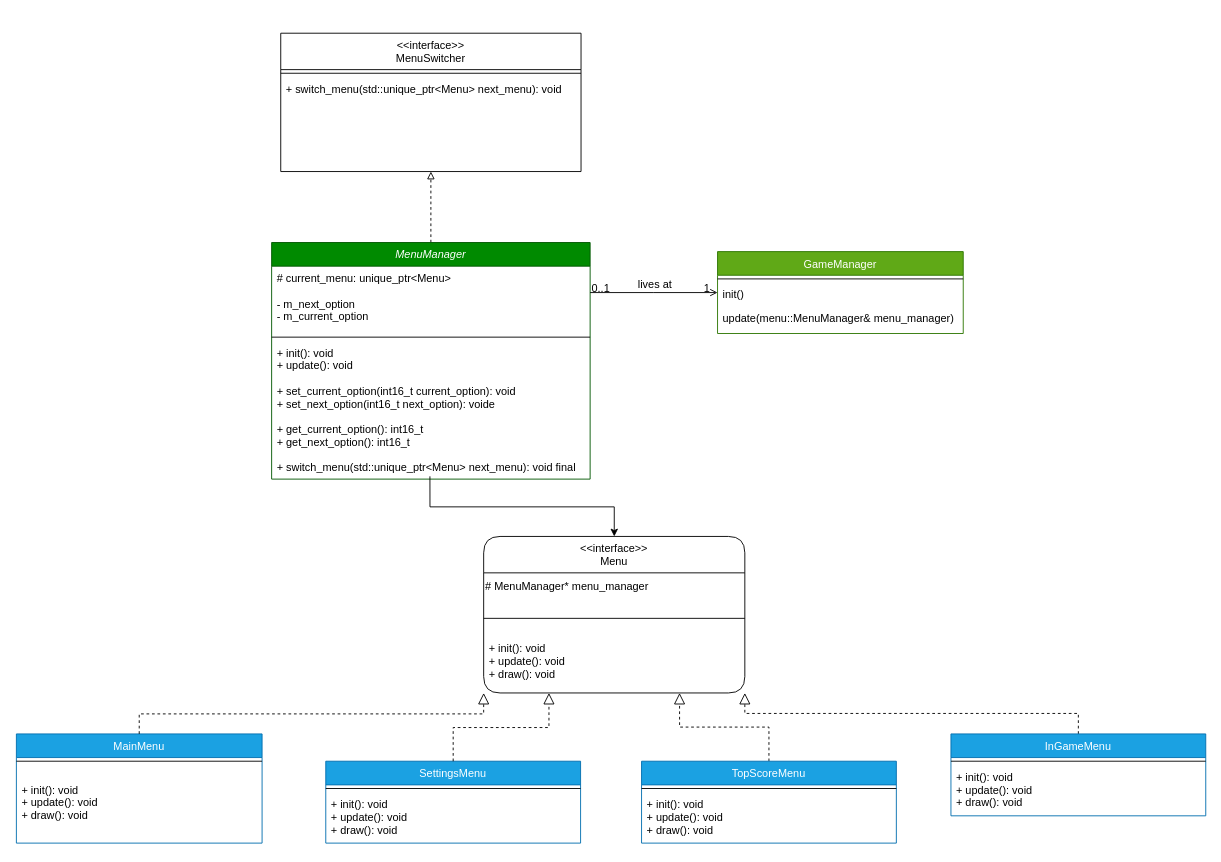
The draw.io diagram docs/umlDocs/class_diagrams/Menu_Manager.drawio in JodyLS27/space-invaders, before the edit. Source tidied: cells renumbered, new cells numbered last; positions are measured from the earlier drawing's top-left corner, leaving out a move shared by most shapes. Both pictures are drawn from the tidied source at 91%, with x=0, y=0 at pixel (16, 33).
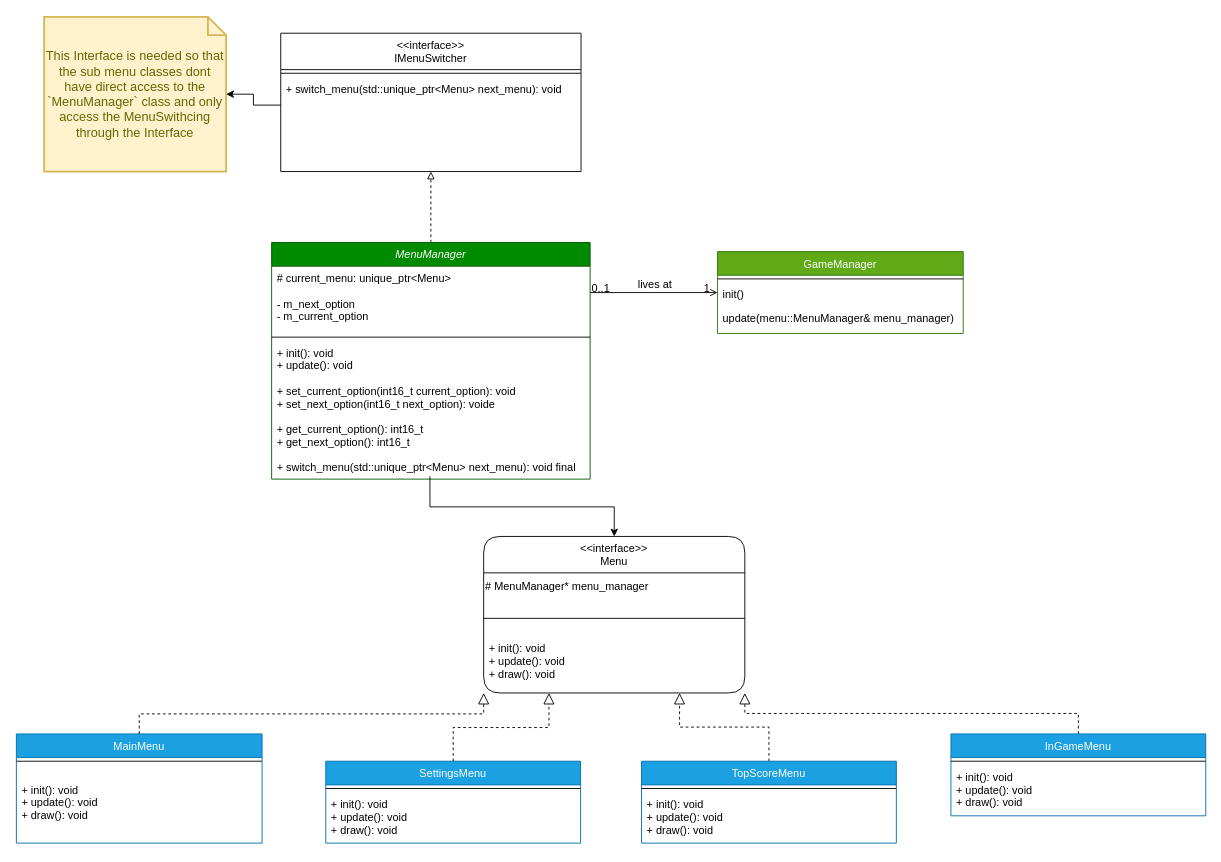
Above is the later version.

Commit message (it also covers changes not shown here):
Update MenuManager to MenuController

The change refers to these unchanged cells:
```xml
<mxCell id="30" value="+ switch_menu(std::unique_ptr&lt;Menu&gt; next_menu): void" style="text;align=left;verticalAlign=top;spacingLeft=4;spacingRight=4;overflow=hidden;points=[[0,0.5],[1,0.5]];portConstraint=eastwest;" parent="28" vertex="1">
  <mxGeometry y="48" width="330" height="62" as="geometry" />
</mxCell>
```

Change to the diagram source:
```diff
@@
-    <mxCell id="28" value="&lt;&lt;interface&gt;&gt;&#10;MenuSwitcher" style="swimlane;fontStyle=0;align=center;verticalAlign=top;horizontal=1;startSize=40;rounded=0;shadow=0;strokeWidth=1;" parent="1" vertex="1">
+    <mxCell id="28" value="&lt;&lt;interface&gt;&gt;&#10;IMenuSwitcher" style="swimlane;fontStyle=0;align=center;verticalAlign=top;horizontal=1;startSize=40;rounded=0;shadow=0;strokeWidth=1;" parent="1" vertex="1">
       <mxGeometry x="290" width="330" height="152" as="geometry" />
     </mxCell>
@@
+    <mxCell id="39" value="This Interface is needed so that the sub menu classes dont have direct access to the `MenuManager` class and only access the MenuSwithcing through the Interface" style="shape=note;strokeWidth=2;fontSize=14;size=20;whiteSpace=wrap;html=1;fillColor=#fff2cc;strokeColor=#d6b656;fontColor=#666600;" parent="1" vertex="1">
+      <mxGeometry x="30" y="-18" width="200" height="170" as="geometry" />
+    </mxCell>
+    <mxCell id="40" style="edgeStyle=orthogonalEdgeStyle;rounded=0;jettySize=auto;html=1;" parent="1" edge="1" source="30" target="39">
+      <mxGeometry relative="1" as="geometry" />
+    </mxCell>
```
